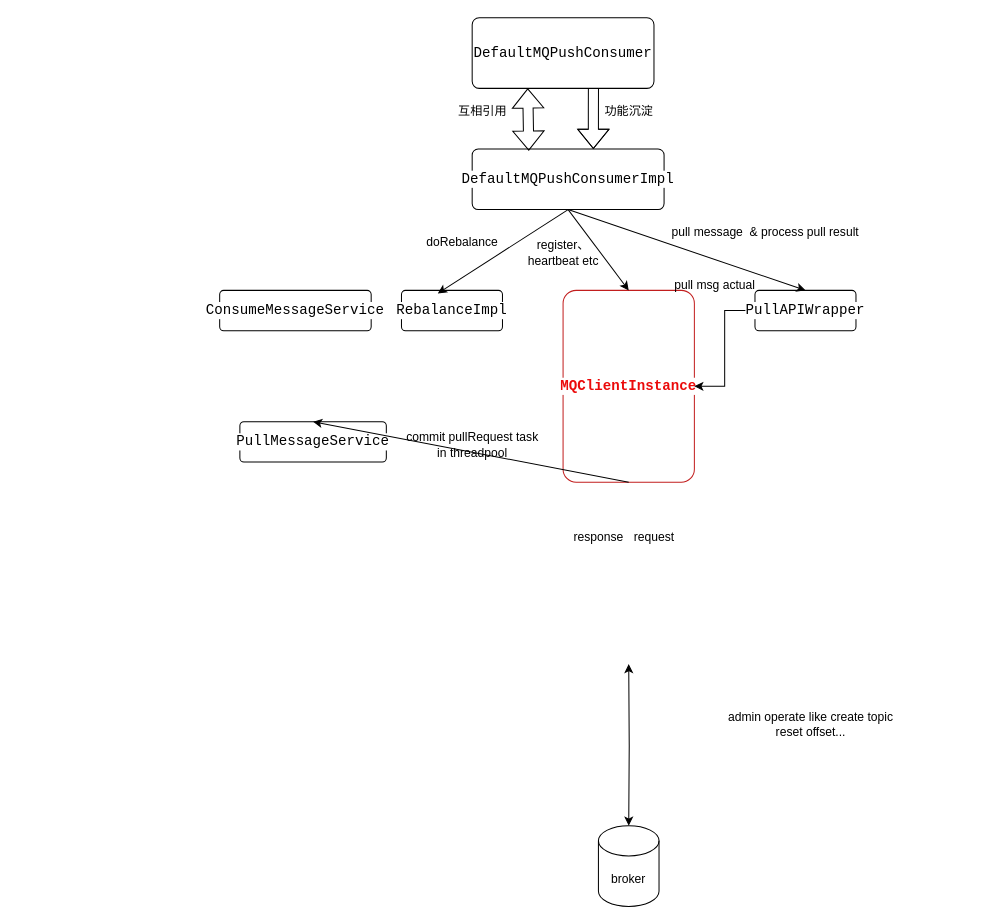
The draw.io diagram rocketmq consumer model.drawio in Willhow-Gao/drawIOStore, before the edit. Source tidied: cells renumbered, new cells numbered last; positions are measured from the earlier drawing's top-left corner, leaving out a move shared by most shapes. Both pictures are drawn from the tidied source at 101%, with x=0, y=0 at pixel (219, 17).
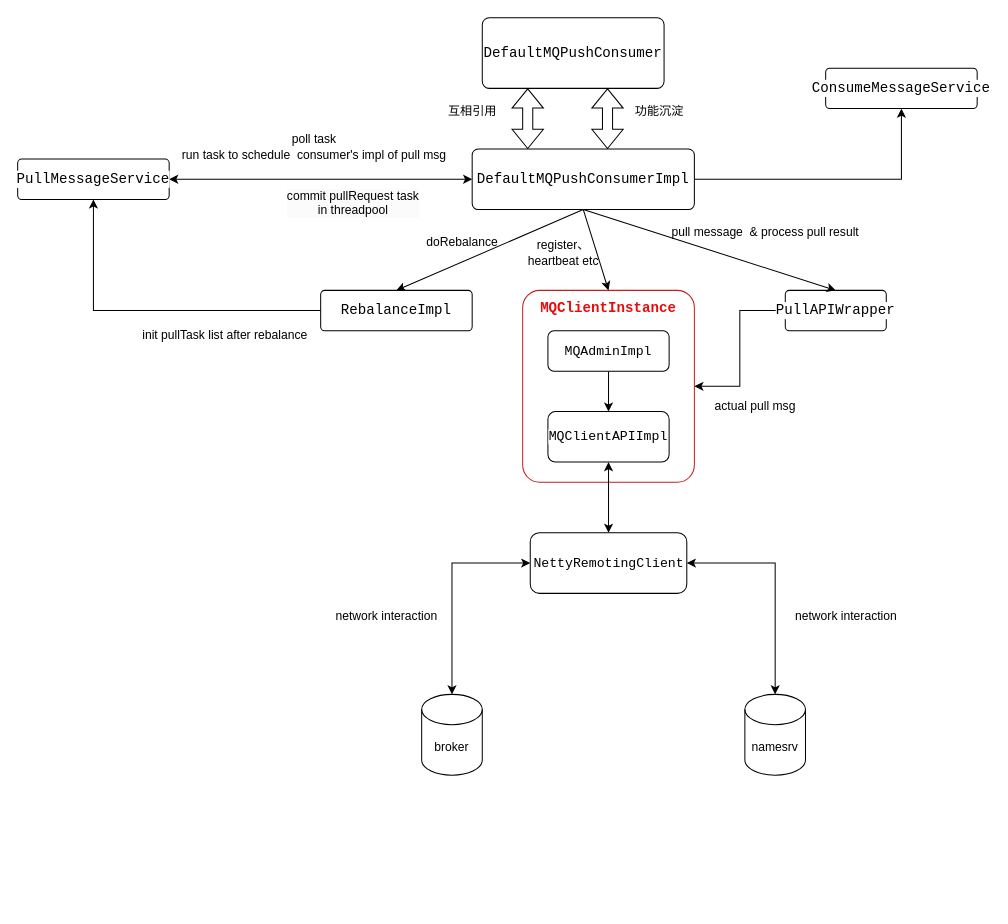
Above is the later version.

What changed in the source:
```diff
@@
     <mxCell id="2" value="&lt;div style=&quot;background-color:#ffffff;color:#080808&quot;&gt;&lt;pre style=&quot;font-family:'JetBrains Mono',monospace;font-size:10.5pt;&quot;&gt;&lt;span style=&quot;color:#000000;&quot;&gt;DefaultMQPushConsumer&lt;/span&gt;&lt;/pre&gt;&lt;/div&gt;" style="rounded=1;arcSize=10;whiteSpace=wrap;html=1;align=center;" parent="1" vertex="1">
-      <mxGeometry x="250" width="180" height="70" as="geometry" />
+      <mxGeometry x="260" width="180" height="70" as="geometry" />
     </mxCell>
+    <mxCell id="28" style="edgeStyle=orthogonalEdgeStyle;rounded=0;jettySize=auto;html=1;entryX=1;entryY=0.5;entryDx=0;entryDy=0;startArrow=classic;startFill=1;" parent="1" edge="1" source="3" target="24">
+      <mxGeometry relative="1" as="geometry" />
+    </mxCell>
+    <mxCell id="29" style="edgeStyle=orthogonalEdgeStyle;rounded=0;jettySize=auto;html=1;entryX=0.5;entryY=1;entryDx=0;entryDy=0;" parent="1" edge="1" source="3" target="13">
+      <mxGeometry relative="1" as="geometry" />
+    </mxCell>
     <mxCell id="3" value="&lt;div style=&quot;background-color:#ffffff;color:#080808&quot;&gt;&lt;pre style=&quot;font-family:'JetBrains Mono',monospace;font-size:10.5pt;&quot;&gt;&lt;span style=&quot;color:#000000;&quot;&gt;DefaultMQPushConsumerImpl&lt;/span&gt;&lt;/pre&gt;&lt;/div&gt;" style="rounded=1;arcSize=10;whiteSpace=wrap;html=1;align=center;" parent="1" vertex="1">
-      <mxGeometry x="250" y="130" width="190" height="60" as="geometry" />
+      <mxGeometry x="250" y="130" width="220" height="60" as="geometry" />
     </mxCell>
-    <mxCell id="4" style="shape=flexArrow;endArrow=classic;html=1;rounded=0;exitX=0.667;exitY=0.995;exitDx=0;exitDy=0;exitPerimeter=0;" parent="1" edge="1" source="2">
-      <mxGeometry relative="1" as="geometry">
-        <mxPoint x="370" y="130" as="targetPoint" />
-        <Array as="points">
-          <mxPoint x="370" y="90" />
-          <mxPoint x="370" y="110" />
-        </Array>
-      </mxGeometry>
-    </mxCell>
     <mxCell id="5" value="功能沉淀" style="text;html=1;align=center;verticalAlign=middle;strokeColor=none;fillColor=none;" parent="1" vertex="1">
-      <mxGeometry x="370" y="78" width="70" height="30" as="geometry" />
+      <mxGeometry x="400" y="78" width="70" height="30" as="geometry" />
     </mxCell>
-    <mxCell id="6" style="shape=flexArrow;endArrow=classic;startArrow=classic;html=1;rounded=0;exitX=0.295;exitY=0.028;exitDx=0;exitDy=0;exitPerimeter=0;" parent="1" edge="1" source="3">
-      <mxGeometry relative="1" as="geometry">
-        <mxPoint x="305" y="70" as="targetPoint" />
-      </mxGeometry>
-    </mxCell>
     <mxCell id="7" value="互相引用" style="text;html=1;align=center;verticalAlign=middle;strokeColor=none;fillColor=none;" parent="1" vertex="1">
-      <mxGeometry x="225" y="78" width="70" height="30" as="geometry" />
+      <mxGeometry x="215" y="78" width="70" height="30" as="geometry" />
     </mxCell>
+    <mxCell id="30" style="edgeStyle=orthogonalEdgeStyle;rounded=0;jettySize=auto;html=1;entryX=0.5;entryY=1;entryDx=0;entryDy=0;" parent="1" edge="1" source="8" target="24">
+      <mxGeometry relative="1" as="geometry" />
+    </mxCell>
     <mxCell id="8" value="&lt;div style=&quot;background-color:#ffffff;color:#080808&quot;&gt;&lt;pre style=&quot;font-family:'JetBrains Mono',monospace;font-size:10.5pt;&quot;&gt;&lt;span style=&quot;color:#000000;&quot;&gt;RebalanceImpl&lt;/span&gt;&lt;/pre&gt;&lt;/div&gt;" style="rounded=1;arcSize=10;whiteSpace=wrap;html=1;align=center;" parent="1" vertex="1">
-      <mxGeometry x="180" y="270" width="100" height="40" as="geometry" />
+      <mxGeometry x="100" y="270" width="150" height="40" as="geometry" />
     </mxCell>
-    <mxCell id="9" style="edgeStyle=orthogonalEdgeStyle;rounded=0;jettySize=auto;html=1;startArrow=classic;startFill=1;" parent="1" edge="1" target="19">
-      <mxGeometry relative="1" as="geometry">
-        <mxPoint x="405" y="640" as="sourcePoint" />
-      </mxGeometry>
-    </mxCell>
-    <mxCell id="10" value="&lt;div style=&quot;background-color: rgb(255, 255, 255);&quot;&gt;&lt;pre style=&quot;font-family: &amp;quot;JetBrains Mono&amp;quot;, monospace; font-size: 10.5pt;&quot;&gt;&lt;b style=&quot;&quot;&gt;&lt;font color=&quot;#eb0a0a&quot;&gt;MQClientInstance&lt;/font&gt;&lt;/b&gt;&lt;/pre&gt;&lt;/div&gt;" style="rounded=1;arcSize=10;whiteSpace=wrap;html=1;align=center;strokeColor=#c21e1e;" parent="1" vertex="1">
-      <mxGeometry x="340" y="270" width="130" height="190" as="geometry" />
+    <mxCell id="10" value="&lt;div style=&quot;background-color: rgb(255, 255, 255);&quot;&gt;&lt;pre style=&quot;font-family: &amp;quot;JetBrains Mono&amp;quot;, monospace; font-size: 10.5pt;&quot;&gt;&lt;b style=&quot;&quot;&gt;&lt;font color=&quot;#eb0a0a&quot;&gt;MQClientInstance&lt;/font&gt;&lt;/b&gt;&lt;/pre&gt;&lt;pre style=&quot;font-family: &amp;quot;JetBrains Mono&amp;quot;, monospace; font-size: 10.5pt;&quot;&gt;&lt;b style=&quot;&quot;&gt;&lt;font color=&quot;#eb0a0a&quot;&gt;&lt;br&gt;&lt;/font&gt;&lt;/b&gt;&lt;/pre&gt;&lt;pre style=&quot;font-family: &amp;quot;JetBrains Mono&amp;quot;, monospace; font-size: 10.5pt;&quot;&gt;&lt;b style=&quot;&quot;&gt;&lt;font color=&quot;#eb0a0a&quot;&gt;&lt;br&gt;&lt;/font&gt;&lt;/b&gt;&lt;/pre&gt;&lt;pre style=&quot;font-family: &amp;quot;JetBrains Mono&amp;quot;, monospace; font-size: 10.5pt;&quot;&gt;&lt;b style=&quot;&quot;&gt;&lt;font color=&quot;#eb0a0a&quot;&gt;&lt;br&gt;&lt;/font&gt;&lt;/b&gt;&lt;/pre&gt;&lt;pre style=&quot;font-family: &amp;quot;JetBrains Mono&amp;quot;, monospace; font-size: 10.5pt;&quot;&gt;&lt;b style=&quot;&quot;&gt;&lt;font color=&quot;#eb0a0a&quot;&gt;&lt;br&gt;&lt;/font&gt;&lt;/b&gt;&lt;/pre&gt;&lt;pre style=&quot;font-family: &amp;quot;JetBrains Mono&amp;quot;, monospace; font-size: 10.5pt;&quot;&gt;&lt;b style=&quot;&quot;&gt;&lt;font color=&quot;#eb0a0a&quot;&gt;&lt;br&gt;&lt;/font&gt;&lt;/b&gt;&lt;/pre&gt;&lt;/div&gt;" style="rounded=1;arcSize=10;whiteSpace=wrap;html=1;align=center;strokeColor=#c21e1e;" parent="1" vertex="1">
+      <mxGeometry x="300" y="270" width="170" height="190" as="geometry" />
     </mxCell>
@@
     <mxCell id="12" value="&lt;div style=&quot;background-color:#ffffff;color:#080808&quot;&gt;&lt;pre style=&quot;font-family:'JetBrains Mono',monospace;font-size:10.5pt;&quot;&gt;&lt;span style=&quot;color:#000000;&quot;&gt;PullAPIWrapper&lt;/span&gt;&lt;/pre&gt;&lt;/div&gt;" style="rounded=1;arcSize=10;whiteSpace=wrap;html=1;align=center;" parent="1" vertex="1">
-      <mxGeometry x="530" y="270" width="100" height="40" as="geometry" />
+      <mxGeometry x="560" y="270" width="100" height="40" as="geometry" />
     </mxCell>
     <mxCell id="13" value="&lt;div style=&quot;background-color:#ffffff;color:#080808&quot;&gt;&lt;pre style=&quot;font-family:'JetBrains Mono',monospace;font-size:10.5pt;&quot;&gt;&lt;span style=&quot;color:#000000;&quot;&gt;ConsumeMessageService&lt;/span&gt;&lt;/pre&gt;&lt;/div&gt;" style="rounded=1;arcSize=10;whiteSpace=wrap;html=1;align=center;" parent="1" vertex="1">
-      <mxGeometry y="270" width="150" height="40" as="geometry" />
+      <mxGeometry x="600" y="50" width="150" height="40" as="geometry" />
     </mxCell>
-    <mxCell id="14" style="endArrow=none;html=1;rounded=0;entryX=0.5;entryY=1;entryDx=0;entryDy=0;exitX=0.36;exitY=0.075;exitDx=0;exitDy=0;exitPerimeter=0;startArrow=classic;startFill=1;endFill=0;" parent="1" edge="1" source="8" target="3">
+    <mxCell id="14" style="endArrow=none;html=1;rounded=0;entryX=0.5;entryY=1;entryDx=0;entryDy=0;exitX=0.5;exitY=0;exitDx=0;exitDy=0;startArrow=classic;startFill=1;endFill=0;" parent="1" edge="1" source="8" target="3">
       <mxGeometry relative="1" as="geometry" />
     </mxCell>
@@
-    <mxCell id="18" value="pull msg actual" style="text;html=1;align=center;verticalAlign=middle;strokeColor=none;fillColor=none;" parent="1" vertex="1">
-      <mxGeometry x="440" y="250" width="100" height="30" as="geometry" />
+    <mxCell id="18" value="actual&amp;nbsp;pull msg" style="text;html=1;align=center;verticalAlign=middle;strokeColor=none;fillColor=none;" parent="1" vertex="1">
+      <mxGeometry x="480" y="370" width="100" height="30" as="geometry" />
     </mxCell>
     <mxCell id="19" value="broker" style="shape=cylinder3;whiteSpace=wrap;html=1;boundedLbl=1;backgroundOutline=1;size=15;" parent="1" vertex="1">
-      <mxGeometry x="375" y="800" width="60" height="80" as="geometry" />
+      <mxGeometry x="200" y="670" width="60" height="80" as="geometry" />
     </mxCell>
-    <mxCell id="20" value="request" style="text;html=1;align=center;verticalAlign=middle;strokeColor=none;fillColor=none;" parent="1" vertex="1">
-      <mxGeometry x="400" y="500" width="60" height="30" as="geometry" />
-    </mxCell>
-    <mxCell id="21" value="response" style="text;html=1;align=center;verticalAlign=middle;strokeColor=none;fillColor=none;" parent="1" vertex="1">
-      <mxGeometry x="340" y="500" width="70" height="30" as="geometry" />
-    </mxCell>
@@
-    <mxCell id="23" value="admin operate like create topic&lt;div&gt;reset offset...&lt;/div&gt;" style="text;html=1;align=center;verticalAlign=middle;strokeColor=none;fillColor=none;" parent="1" vertex="1">
-      <mxGeometry x="490" y="680" width="190" height="40" as="geometry" />
-    </mxCell>
     <mxCell id="24" value="&lt;div style=&quot;background-color:#ffffff;color:#080808&quot;&gt;&lt;pre style=&quot;font-family:'JetBrains Mono',monospace;font-size:10.5pt;&quot;&gt;&lt;span style=&quot;color:#000000;&quot;&gt;PullMessageService&lt;/span&gt;&lt;/pre&gt;&lt;/div&gt;" style="rounded=1;arcSize=10;whiteSpace=wrap;html=1;align=center;" parent="1" vertex="1">
-      <mxGeometry x="20" y="400" width="145" height="40" as="geometry" />
+      <mxGeometry x="-200" y="140" width="150" height="40" as="geometry" />
     </mxCell>
-    <mxCell id="25" style="endArrow=classic;html=1;rounded=0;exitX=0.5;exitY=1;exitDx=0;exitDy=0;entryX=0.5;entryY=0;entryDx=0;entryDy=0;" parent="1" edge="1" source="10" target="24">
-      <mxGeometry relative="1" as="geometry" />
-    </mxCell>
+    <mxCell id="27" value="register、&lt;div&gt;heartbeat etc&lt;/div&gt;" style="text;html=1;align=center;verticalAlign=middle;strokeColor=none;fillColor=none;" parent="1" vertex="1">
+      <mxGeometry x="295" y="213" width="90" height="40" as="geometry" />
+    </mxCell>
+    <mxCell id="31" style="edgeStyle=orthogonalEdgeStyle;rounded=0;jettySize=auto;html=1;" parent="1" edge="1" source="32" target="34">
+      <mxGeometry relative="1" as="geometry" />
+    </mxCell>
+    <mxCell id="32" value="&lt;div style=&quot;background-color:#ffffff;color:#080808&quot;&gt;&lt;pre style=&quot;font-family:'JetBrains Mono',monospace;font-size:9.8pt;&quot;&gt;&lt;span style=&quot;color:#000000;&quot;&gt;MQAdminImpl&lt;/span&gt;&lt;/pre&gt;&lt;/div&gt;" style="rounded=1;whiteSpace=wrap;html=1;" parent="1" vertex="1">
+      <mxGeometry x="325" y="310" width="120" height="40" as="geometry" />
+    </mxCell>
+    <mxCell id="33" style="edgeStyle=orthogonalEdgeStyle;rounded=0;jettySize=auto;html=1;entryX=0.5;entryY=0;entryDx=0;entryDy=0;startArrow=classic;startFill=1;" parent="1" edge="1" source="34" target="36">
+      <mxGeometry relative="1" as="geometry" />
+    </mxCell>
+    <mxCell id="34" value="&lt;div style=&quot;background-color:#ffffff;color:#080808&quot;&gt;&lt;pre style=&quot;font-family:'JetBrains Mono',monospace;font-size:9.8pt;&quot;&gt;&lt;span style=&quot;color:#000000;&quot;&gt;MQClientAPIImpl&lt;/span&gt;&lt;/pre&gt;&lt;/div&gt;" style="rounded=1;whiteSpace=wrap;html=1;" parent="1" vertex="1">
+      <mxGeometry x="325" y="390" width="120" height="50" as="geometry" />
+    </mxCell>
+    <mxCell id="35" value="namesrv" style="shape=cylinder3;whiteSpace=wrap;html=1;boundedLbl=1;backgroundOutline=1;size=15;" parent="1" vertex="1">
+      <mxGeometry x="520" y="670" width="60" height="80" as="geometry" />
+    </mxCell>
+    <mxCell id="36" value="&lt;div style=&quot;background-color:#ffffff;color:#080808&quot;&gt;&lt;pre style=&quot;font-family:'JetBrains Mono',monospace;font-size:9.8pt;&quot;&gt;&lt;span style=&quot;color:#000000;&quot;&gt;NettyRemotingClient&lt;/span&gt;&lt;/pre&gt;&lt;/div&gt;" style="rounded=1;whiteSpace=wrap;html=1;" parent="1" vertex="1">
+      <mxGeometry x="307.5" y="510" width="155" height="60" as="geometry" />
+    </mxCell>
+    <mxCell id="37" style="edgeStyle=orthogonalEdgeStyle;rounded=0;jettySize=auto;html=1;entryX=0.5;entryY=0;entryDx=0;entryDy=0;entryPerimeter=0;startArrow=classic;startFill=1;" parent="1" edge="1" source="36" target="19">
+      <mxGeometry relative="1" as="geometry" />
+    </mxCell>
+    <mxCell id="38" style="edgeStyle=orthogonalEdgeStyle;rounded=0;jettySize=auto;html=1;entryX=0.5;entryY=0;entryDx=0;entryDy=0;entryPerimeter=0;startArrow=classic;startFill=1;" parent="1" edge="1" source="36" target="35">
+      <mxGeometry relative="1" as="geometry" />
+    </mxCell>
+    <mxCell id="39" value="network interaction" style="text;html=1;align=center;verticalAlign=middle;strokeColor=none;fillColor=none;" parent="1" vertex="1">
+      <mxGeometry x="105" y="578" width="120" height="30" as="geometry" />
+    </mxCell>
+    <mxCell id="40" value="network interaction" style="text;html=1;align=center;verticalAlign=middle;strokeColor=none;fillColor=none;" parent="1" vertex="1">
+      <mxGeometry x="560" y="578" width="120" height="30" as="geometry" />
+    </mxCell>
+    <mxCell id="41" style="shape=flexArrow;endArrow=classic;startArrow=classic;html=1;rounded=0;entryX=0.25;entryY=1;entryDx=0;entryDy=0;exitX=0.25;exitY=0;exitDx=0;exitDy=0;" parent="1" edge="1" source="3" target="2">
+      <mxGeometry relative="1" as="geometry" />
+    </mxCell>
+    <mxCell id="42" style="shape=flexArrow;endArrow=classic;startArrow=classic;html=1;rounded=0;entryX=0.25;entryY=1;entryDx=0;entryDy=0;exitX=0.25;exitY=0;exitDx=0;exitDy=0;" parent="1" edge="1">
+      <mxGeometry relative="1" as="geometry">
+        <mxPoint x="384" y="130" as="sourcePoint" />
+        <mxPoint x="384" y="70" as="targetPoint" />
+      </mxGeometry>
+    </mxCell>
+    <mxCell id="43" value="poll task&amp;nbsp;&lt;div&gt;run task to schedule&amp;nbsp; consumer's impl of pull msg&lt;span style=&quot;background-color: initial;&quot;&gt;&amp;nbsp;&lt;/span&gt;&lt;/div&gt;" style="text;html=1;align=center;verticalAlign=middle;strokeColor=none;fillColor=none;" parent="1" vertex="1">
+      <mxGeometry x="-50" y="108" width="290" height="40" as="geometry" />
+    </mxCell>
-    <mxCell id="26" value="commit pullRequest task&lt;div&gt;in threadpool&lt;/div&gt;" style="text;html=1;align=center;verticalAlign=middle;strokeColor=none;fillColor=none;" parent="1" vertex="1">
-      <mxGeometry x="175" y="403" width="150" height="40" as="geometry" />
+    <mxCell id="26" value="&lt;span style=&quot;color: rgb(0, 0, 0); font-family: Helvetica; font-size: 12px; font-style: normal; font-variant-ligatures: normal; font-variant-caps: normal; font-weight: 400; letter-spacing: normal; orphans: 2; text-align: center; text-indent: 0px; text-transform: none; widows: 2; word-spacing: 0px; -webkit-text-stroke-width: 0px; white-space: nowrap; background-color: rgb(251, 251, 251); text-decoration-thickness: initial; text-decoration-style: initial; text-decoration-color: initial; display: inline !important; float: none;&quot;&gt;commit pullRequest task&lt;/span&gt;&lt;div style=&quot;forced-color-adjust: none; color: rgb(0, 0, 0); font-family: Helvetica; font-size: 12px; font-style: normal; font-variant-ligatures: normal; font-variant-caps: normal; font-weight: 400; letter-spacing: normal; orphans: 2; text-align: center; text-indent: 0px; text-transform: none; widows: 2; word-spacing: 0px; -webkit-text-stroke-width: 0px; white-space: nowrap; background-color: rgb(251, 251, 251); text-decoration-thickness: initial; text-decoration-style: initial; text-decoration-color: initial;&quot;&gt;in threadpool&lt;/div&gt;" style="text;whiteSpace=wrap;html=1;" parent="1" vertex="1">
+      <mxGeometry x="65" y="163" width="160" height="50" as="geometry" />
     </mxCell>
-    <mxCell id="27" value="register、&lt;div&gt;heartbeat etc&lt;/div&gt;" style="text;html=1;align=center;verticalAlign=middle;strokeColor=none;fillColor=none;" parent="1" vertex="1">
-      <mxGeometry x="295" y="213" width="90" height="40" as="geometry" />
-    </mxCell>
+    <mxCell id="44" value="init pullTask list after rebalance" style="text;html=1;align=center;verticalAlign=middle;strokeColor=none;fillColor=none;" parent="1" vertex="1">
+      <mxGeometry x="-90" y="300" width="190" height="30" as="geometry" />
+    </mxCell>
```
